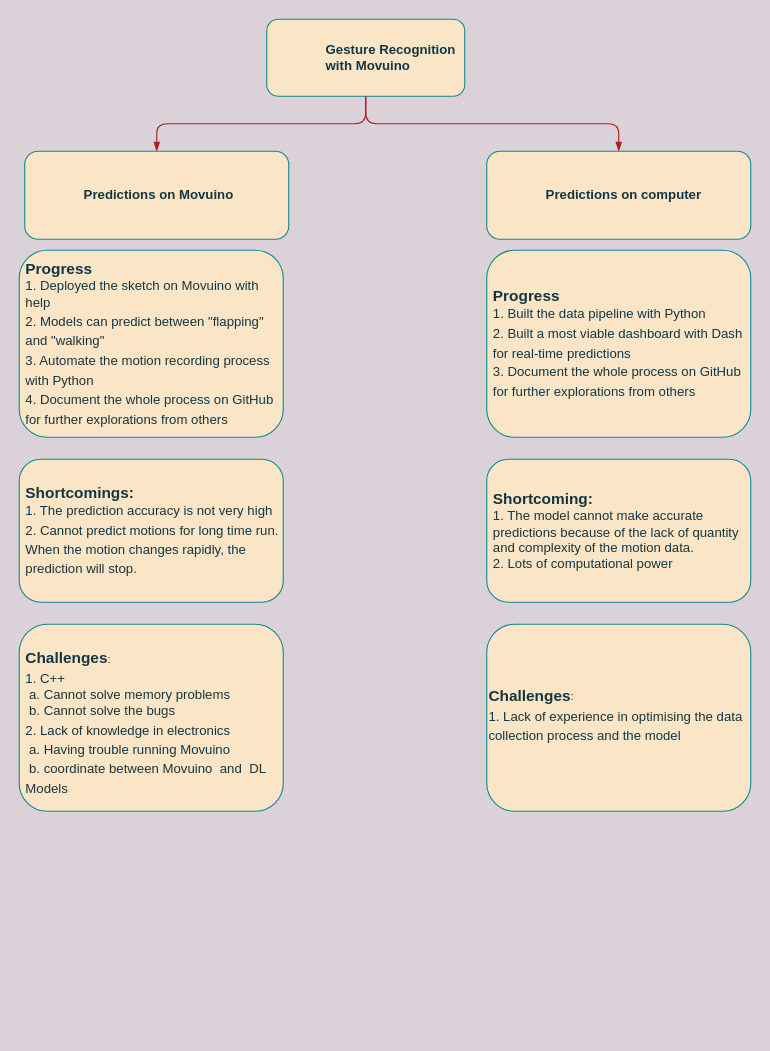
Earlier version of the draw.io diagram flowcharts_raw/gesture_recognition_attempts.drawio (soledadli/IoT_gesture_recognition). Source tidied: cells renumbered, new cells numbered last; positions are measured from the earlier drawing's top-left corner, leaving out a move shared by most shapes. Both pictures are drawn from the tidied source at 110%, with x=0, y=0 at pixel (19, 19).
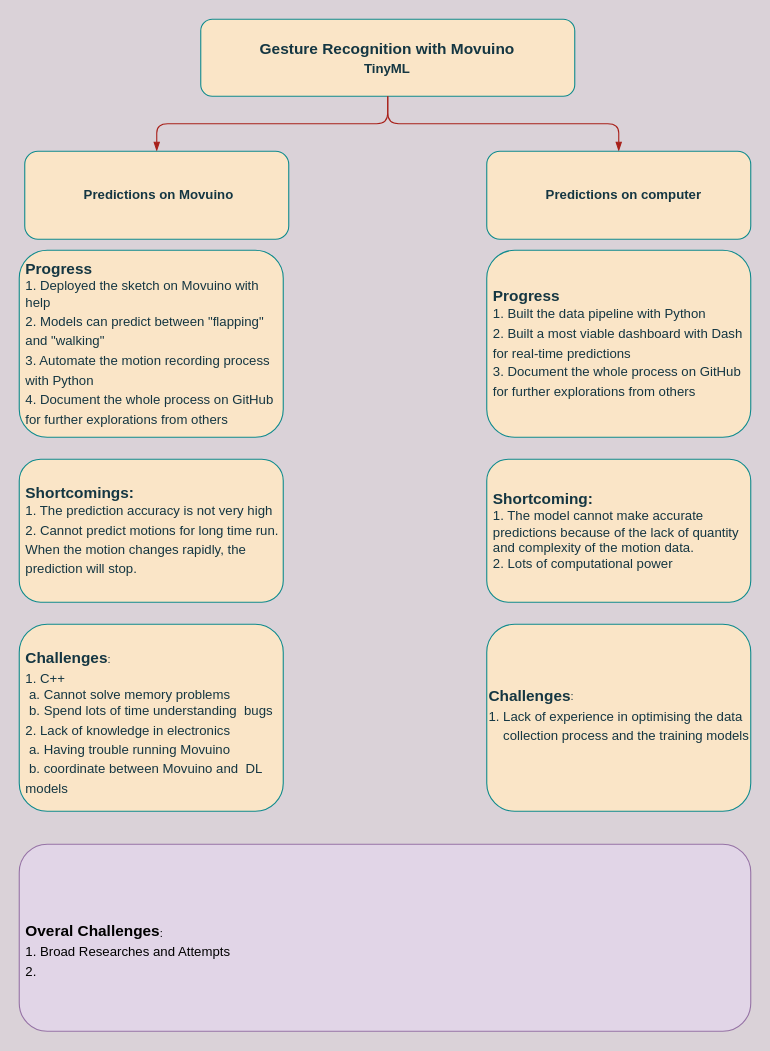
The same diagram, later.

What changed in the source:
```diff
@@
 <mxGraphModel background="#DAD2D8">
   <root>
     <mxCell id="0" />
     <mxCell id="1" parent="0" />
-    <mxCell id="2" value="Gesture Recognition with Movuino" style="label;whiteSpace=wrap;html=1;glass=0;fillColor=#FAE5C7;strokeColor=#0F8B8D;fontColor=#143642;" parent="1" vertex="1">
-      <mxGeometry x="225" width="180" height="70" as="geometry" />
+    <mxCell id="2" value="&lt;h3&gt;Gesture Recognition with Movuino&lt;br&gt;&lt;div style=&quot;text-align: center&quot;&gt;&lt;span style=&quot;font-size: 12px&quot;&gt;TinyML&lt;/span&gt;&lt;/div&gt;&lt;/h3&gt;" style="label;whiteSpace=wrap;html=1;glass=0;fillColor=#FAE5C7;strokeColor=#0F8B8D;fontColor=#143642;align=left;" parent="1" vertex="1">
+      <mxGeometry x="165" width="340" height="70" as="geometry" />
     </mxCell>
     <mxCell id="3" style="endArrow=blockThin;endFill=1;fontSize=11;edgeStyle=elbowEdgeStyle;elbow=vertical;strokeColor=#A8201A;fontColor=#143642;labelBackgroundColor=#DAD2D8;" parent="1" edge="1" source="2" target="4">
       <mxGeometry relative="1" as="geometry" />
     </mxCell>
     <object id="4" label="%name%&lt;br&gt;" name="Predictions on Movuino" placeholders="1">
       <mxCell style="label;whiteSpace=wrap;html=1;glass=0;fillColor=#FAE5C7;strokeColor=#0F8B8D;fontColor=#143642;" parent="1" vertex="1">
         <mxGeometry x="5" y="120" width="240" height="80" as="geometry" />
       </mxCell>
     </object>
     <mxCell id="5" style="endArrow=blockThin;endFill=1;fontSize=11;edgeStyle=elbowEdgeStyle;elbow=vertical;strokeColor=#A8201A;fontColor=#143642;labelBackgroundColor=#DAD2D8;" parent="1" edge="1" source="2" target="6">
       <mxGeometry relative="1" as="geometry" />
     </mxCell>
     <object id="6" label="%name%&lt;br&gt;" name="Predictions on computer" placeholders="1">
       <mxCell style="label;whiteSpace=wrap;html=1;glass=0;fillColor=#FAE5C7;strokeColor=#0F8B8D;fontColor=#143642;" parent="1" vertex="1">
         <mxGeometry x="425" y="120" width="240" height="80" as="geometry" />
       </mxCell>
     </object>
-    <mxCell id="7" value="&lt;div&gt;&lt;sub&gt;&lt;b&gt;&lt;font style=&quot;font-size: 14px&quot;&gt;&lt;br&gt;&lt;/font&gt;&lt;/b&gt;&lt;/sub&gt;&lt;/div&gt;&lt;div&gt;&lt;sub&gt;&lt;b&gt;&lt;font style=&quot;font-size: 14px&quot;&gt;&lt;br&gt;&lt;/font&gt;&lt;/b&gt;&lt;/sub&gt;&lt;/div&gt;&lt;div&gt;&lt;sub&gt;&lt;b&gt;&lt;font style=&quot;font-size: 14px&quot;&gt;Challenges&lt;/font&gt;&lt;/b&gt;:&lt;/sub&gt;&lt;/div&gt;&lt;div&gt;&lt;span&gt;&lt;sub&gt;&lt;font style=&quot;font-size: 12px&quot;&gt;1. C++&lt;/font&gt;&lt;/sub&gt;&lt;/span&gt;&lt;/div&gt;&lt;div&gt;&lt;div&gt;&lt;span&gt; &lt;/span&gt;&lt;span style=&quot;white-space: pre&quot;&gt; &lt;/span&gt;a. Cannot solve memory problems&lt;br&gt;&lt;/div&gt;&lt;div&gt;&lt;span&gt; &lt;/span&gt;&lt;span style=&quot;white-space: pre&quot;&gt; &lt;/span&gt;b. Cannot solve the bugs&lt;/div&gt;&lt;/div&gt;&lt;div&gt;&lt;span&gt;&lt;sub&gt;&lt;font style=&quot;font-size: 12px&quot;&gt;2. Lack of knowledge in electronics&lt;/font&gt;&lt;/sub&gt;&lt;/span&gt;&lt;/div&gt;&lt;div&gt;&lt;span&gt;&lt;sub&gt;&lt;font style=&quot;font-size: 12px&quot;&gt;&lt;span style=&quot;white-space: pre&quot;&gt; &lt;/span&gt;a. Having trouble running Movuino&amp;nbsp;&lt;br&gt;&lt;/font&gt;&lt;/sub&gt;&lt;/span&gt;&lt;/div&gt;&lt;div&gt;&lt;span&gt;&lt;sub&gt;&lt;font style=&quot;font-size: 12px&quot;&gt;&lt;span style=&quot;white-space: pre&quot;&gt; &lt;/span&gt;b. coordinate between Movuino &lt;span style=&quot;white-space: pre&quot;&gt; &lt;/span&gt;and&amp;nbsp; DL Models&lt;br&gt;&lt;/font&gt;&lt;/sub&gt;&lt;/span&gt;&lt;/div&gt;&lt;div&gt;&lt;br&gt;&lt;/div&gt;&lt;div&gt;&lt;br&gt;&lt;/div&gt;" style="whiteSpace=wrap;html=1;align=left;spacingLeft=4;spacingRight=2;fillColor=#FAE5C7;strokeColor=#0F8B8D;fontColor=#143642;rounded=1;" parent="1" vertex="1">
+    <mxCell id="7" value="&lt;div&gt;&lt;sub&gt;&lt;b&gt;&lt;font style=&quot;font-size: 14px&quot;&gt;&lt;br&gt;&lt;/font&gt;&lt;/b&gt;&lt;/sub&gt;&lt;/div&gt;&lt;div&gt;&lt;sub&gt;&lt;b&gt;&lt;font style=&quot;font-size: 14px&quot;&gt;&lt;br&gt;&lt;/font&gt;&lt;/b&gt;&lt;/sub&gt;&lt;/div&gt;&lt;div&gt;&lt;sub&gt;&lt;b&gt;&lt;font style=&quot;font-size: 14px&quot;&gt;Challenges&lt;/font&gt;&lt;/b&gt;:&lt;/sub&gt;&lt;/div&gt;&lt;div&gt;&lt;span&gt;&lt;sub&gt;&lt;font style=&quot;font-size: 12px&quot;&gt;1. C++&lt;/font&gt;&lt;/sub&gt;&lt;/span&gt;&lt;/div&gt;&lt;div&gt;&lt;div&gt;&lt;span&gt; &lt;/span&gt;&lt;span style=&quot;white-space: pre&quot;&gt; &lt;/span&gt;a. Cannot solve memory problems&lt;br&gt;&lt;/div&gt;&lt;div&gt;&lt;span&gt; &lt;/span&gt;&lt;span style=&quot;white-space: pre&quot;&gt; &lt;/span&gt;b. Spend lots of time understanding &lt;span style=&quot;white-space: pre&quot;&gt; &lt;/span&gt;bugs&lt;/div&gt;&lt;/div&gt;&lt;div&gt;&lt;span&gt;&lt;sub&gt;&lt;font style=&quot;font-size: 12px&quot;&gt;2. Lack of knowledge in electronics&lt;/font&gt;&lt;/sub&gt;&lt;/span&gt;&lt;/div&gt;&lt;div&gt;&lt;span&gt;&lt;sub&gt;&lt;font style=&quot;font-size: 12px&quot;&gt;&lt;span style=&quot;white-space: pre&quot;&gt; &lt;/span&gt;a. Having trouble running Movuino&amp;nbsp;&lt;br&gt;&lt;/font&gt;&lt;/sub&gt;&lt;/span&gt;&lt;/div&gt;&lt;div&gt;&lt;span&gt;&lt;sub&gt;&lt;font style=&quot;font-size: 12px&quot;&gt;&lt;span style=&quot;white-space: pre&quot;&gt; &lt;/span&gt;b. coordinate between Movuino and &lt;span style=&quot;white-space: pre&quot;&gt; &lt;/span&gt;DL models&lt;br&gt;&lt;/font&gt;&lt;/sub&gt;&lt;/span&gt;&lt;/div&gt;&lt;div&gt;&lt;br&gt;&lt;/div&gt;&lt;div&gt;&lt;br&gt;&lt;/div&gt;" style="whiteSpace=wrap;html=1;align=left;spacingLeft=4;spacingRight=2;fillColor=#FAE5C7;strokeColor=#0F8B8D;fontColor=#143642;rounded=1;" parent="1" vertex="1">
       <mxGeometry y="550" width="240" height="170" as="geometry" />
     </mxCell>
-    <mxCell id="8" value="&lt;div&gt;&lt;sub&gt;&lt;b&gt;&lt;font style=&quot;font-size: 14px&quot;&gt;&lt;br&gt;&lt;/font&gt;&lt;/b&gt;&lt;/sub&gt;&lt;/div&gt;&lt;div&gt;&lt;sub&gt;&lt;b&gt;&lt;font style=&quot;font-size: 14px&quot;&gt;&lt;br&gt;&lt;/font&gt;&lt;/b&gt;&lt;/sub&gt;&lt;/div&gt;&lt;div&gt;&lt;sub&gt;&lt;b&gt;&lt;font style=&quot;font-size: 14px&quot;&gt;Challenges&lt;/font&gt;&lt;/b&gt;:&lt;/sub&gt;&lt;/div&gt;&lt;div&gt;&lt;span&gt;&lt;sub&gt;&lt;font&gt;&lt;span style=&quot;font-size: 12px&quot;&gt;1. Lack of experience in optimising&amp;nbsp;the data collection process and the model&lt;/span&gt;&lt;/font&gt;&lt;/sub&gt;&lt;/span&gt;&lt;/div&gt;&lt;div&gt;&lt;br&gt;&lt;/div&gt;&lt;div&gt;&lt;br&gt;&lt;/div&gt;&lt;div&gt;&lt;br&gt;&lt;/div&gt;" style="whiteSpace=wrap;html=1;align=left;fillColor=#FAE5C7;strokeColor=#0F8B8D;fontColor=#143642;rounded=1;" parent="1" vertex="1">
+    <mxCell id="8" value="&lt;div&gt;&lt;sub&gt;&lt;b&gt;&lt;font style=&quot;font-size: 14px&quot;&gt;&lt;br&gt;&lt;/font&gt;&lt;/b&gt;&lt;/sub&gt;&lt;/div&gt;&lt;div&gt;&lt;sub&gt;&lt;b&gt;&lt;font style=&quot;font-size: 14px&quot;&gt;&lt;br&gt;&lt;/font&gt;&lt;/b&gt;&lt;/sub&gt;&lt;/div&gt;&lt;div&gt;&lt;sub&gt;&lt;b&gt;&lt;font style=&quot;font-size: 14px&quot;&gt;Challenges&lt;/font&gt;&lt;/b&gt;:&lt;/sub&gt;&lt;/div&gt;&lt;div&gt;&lt;span&gt;&lt;sub&gt;&lt;font&gt;&lt;span style=&quot;font-size: 12px&quot;&gt;1. Lack of experience in optimising&amp;nbsp;the data&amp;nbsp; &amp;nbsp; &amp;nbsp; collection process and the training models&lt;br&gt;&lt;/span&gt;&lt;/font&gt;&lt;/sub&gt;&lt;/span&gt;&lt;/div&gt;&lt;div&gt;&lt;br&gt;&lt;/div&gt;&lt;div&gt;&lt;br&gt;&lt;/div&gt;&lt;div&gt;&lt;br&gt;&lt;/div&gt;" style="whiteSpace=wrap;html=1;align=left;fillColor=#FAE5C7;strokeColor=#0F8B8D;fontColor=#143642;rounded=1;" parent="1" vertex="1">
       <mxGeometry x="425" y="550" width="240" height="170" as="geometry" />
     </mxCell>
     <mxCell id="9" value="&lt;div&gt;&lt;span&gt;&lt;span style=&quot;font-size: 14px&quot;&gt;&lt;b&gt;Shortcomings:&lt;/b&gt;&lt;/span&gt;&lt;/span&gt;&lt;/div&gt;&lt;div&gt;&lt;span&gt;1. The prediction accuracy is not very high&amp;nbsp;&lt;/span&gt;&lt;br&gt;&lt;/div&gt;&lt;div&gt;&lt;span&gt;&lt;sub&gt;&lt;font style=&quot;font-size: 12px&quot;&gt;2. Cannot predict motions for long time run. When the motion changes rapidly, the prediction will stop.&amp;nbsp;&lt;/font&gt;&lt;/sub&gt;&lt;/span&gt;&lt;/div&gt;" style="whiteSpace=wrap;html=1;align=left;spacingLeft=4;spacingRight=2;fillColor=#FAE5C7;strokeColor=#0F8B8D;fontColor=#143642;rounded=1;" parent="1" vertex="1">
       <mxGeometry y="400" width="240" height="130" as="geometry" />
     </mxCell>
     <mxCell id="10" value="&lt;div&gt;&lt;span&gt;&lt;span style=&quot;font-size: 14px&quot;&gt;&lt;b&gt;Progress&lt;/b&gt;&lt;/span&gt;&lt;/span&gt;&lt;/div&gt;&lt;div&gt;&lt;span&gt;1. Deployed the sketch on Movuino with help&amp;nbsp;&lt;/span&gt;&lt;br&gt;&lt;/div&gt;&lt;div&gt;&lt;span&gt;&lt;sub&gt;&lt;font style=&quot;font-size: 12px&quot;&gt;2. Models can predict between &quot;flapping&quot; and &quot;walking&quot;&lt;/font&gt;&lt;/sub&gt;&lt;/span&gt;&lt;/div&gt;&lt;div&gt;&lt;span&gt;&lt;sub&gt;&lt;font style=&quot;font-size: 12px&quot;&gt;3. Automate the motion recording process with Python&amp;nbsp;&lt;/font&gt;&lt;/sub&gt;&lt;/span&gt;&lt;/div&gt;&lt;div&gt;&lt;span&gt;&lt;sub&gt;&lt;font style=&quot;font-size: 12px&quot;&gt;4. Document the whole process on GitHub for further explorations from others&lt;/font&gt;&lt;/sub&gt;&lt;/span&gt;&lt;/div&gt;" style="whiteSpace=wrap;html=1;align=left;spacingLeft=4;spacingRight=2;fillColor=#FAE5C7;strokeColor=#0F8B8D;fontColor=#143642;rounded=1;" parent="1" vertex="1">
       <mxGeometry y="210" width="240" height="170" as="geometry" />
     </mxCell>
     <mxCell id="11" value="&lt;div&gt;&lt;span&gt;&lt;span style=&quot;font-size: 14px&quot;&gt;&lt;b&gt;Progress&lt;/b&gt;&lt;/span&gt;&lt;/span&gt;&lt;/div&gt;&lt;div&gt;&lt;span&gt;1. Built the data pipeline with Python&amp;nbsp;&lt;/span&gt;&lt;br&gt;&lt;/div&gt;&lt;div&gt;&lt;span&gt;&lt;sub&gt;&lt;font style=&quot;font-size: 12px&quot;&gt;2. Built a most viable dashboard with Dash for real-time predictions&lt;/font&gt;&lt;/sub&gt;&lt;/span&gt;&lt;/div&gt;&lt;div&gt;&lt;span&gt;&lt;sub&gt;&lt;font style=&quot;font-size: 12px&quot;&gt;3. Document the whole process on GitHub for further explorations from others&lt;/font&gt;&lt;/sub&gt;&lt;/span&gt;&lt;/div&gt;" style="whiteSpace=wrap;html=1;align=left;spacingLeft=4;spacingRight=2;fillColor=#FAE5C7;strokeColor=#0F8B8D;fontColor=#143642;rounded=1;" parent="1" vertex="1">
       <mxGeometry x="425" y="210" width="240" height="170" as="geometry" />
     </mxCell>
     <mxCell id="12" value="&lt;div&gt;&lt;span&gt;&lt;span style=&quot;font-size: 14px&quot;&gt;&lt;b&gt;Shortcoming:&lt;/b&gt;&lt;/span&gt;&lt;/span&gt;&lt;/div&gt;&lt;div&gt;&lt;span&gt;1. The model cannot make accurate predictions because of the lack of quantity and complexity of the motion data.&amp;nbsp;&amp;nbsp;&lt;/span&gt;&lt;/div&gt;&lt;div&gt;&lt;span&gt;2. Lots of computational power&lt;/span&gt;&lt;/div&gt;" style="whiteSpace=wrap;html=1;align=left;spacingLeft=4;spacingRight=2;fillColor=#FAE5C7;strokeColor=#0F8B8D;fontColor=#143642;rounded=1;" parent="1" vertex="1">
       <mxGeometry x="425" y="400" width="240" height="130" as="geometry" />
     </mxCell>
+    <mxCell id="13" value="&lt;div&gt;&lt;sub&gt;&lt;b&gt;&lt;font style=&quot;font-size: 14px&quot;&gt;&lt;br&gt;&lt;/font&gt;&lt;/b&gt;&lt;/sub&gt;&lt;/div&gt;&lt;div&gt;&lt;sub&gt;&lt;b&gt;&lt;font style=&quot;font-size: 14px&quot;&gt;&lt;br&gt;&lt;/font&gt;&lt;/b&gt;&lt;/sub&gt;&lt;/div&gt;&lt;div&gt;&lt;sub&gt;&lt;b&gt;&lt;font style=&quot;font-size: 14px&quot;&gt;Overal Challenges&lt;/font&gt;&lt;/b&gt;:&lt;/sub&gt;&lt;/div&gt;&lt;div&gt;&lt;span&gt;&lt;sub&gt;&lt;font style=&quot;font-size: 12px&quot;&gt;1. Broad Researches and Attempts&lt;br&gt;2.&amp;nbsp;&lt;/font&gt;&lt;/sub&gt;&lt;/span&gt;&lt;/div&gt;&lt;div&gt;&lt;br&gt;&lt;/div&gt;" style="whiteSpace=wrap;html=1;align=left;spacingLeft=4;spacingRight=2;fillColor=#e1d5e7;strokeColor=#9673a6;rounded=1;" parent="1" vertex="1">
+      <mxGeometry y="750" width="665" height="170" as="geometry" />
+    </mxCell>
   </root>
 </mxGraphModel>
```
